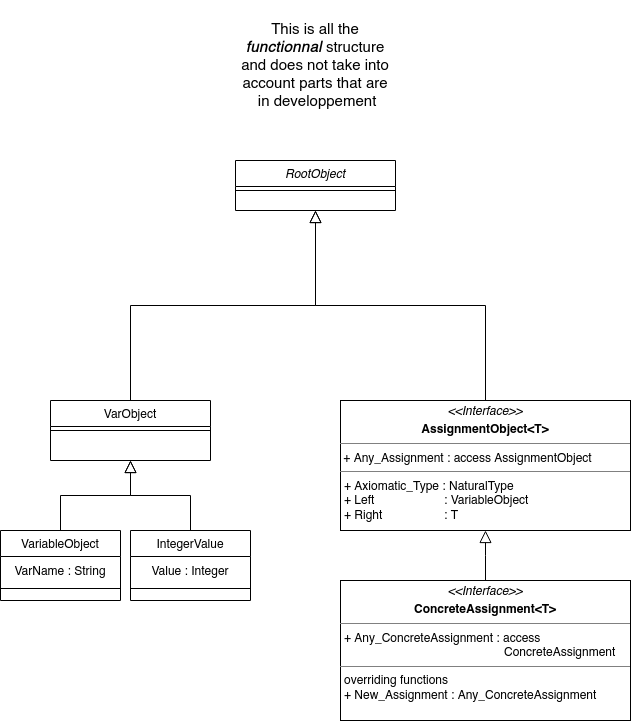
Earlier version of the draw.io export doc/Structure.png (Akutchi/CPyC). Source tidied: cells renumbered, new cells last; positions are measured from the earlier drawing's top-left corner, leaving out a move shared by most shapes.
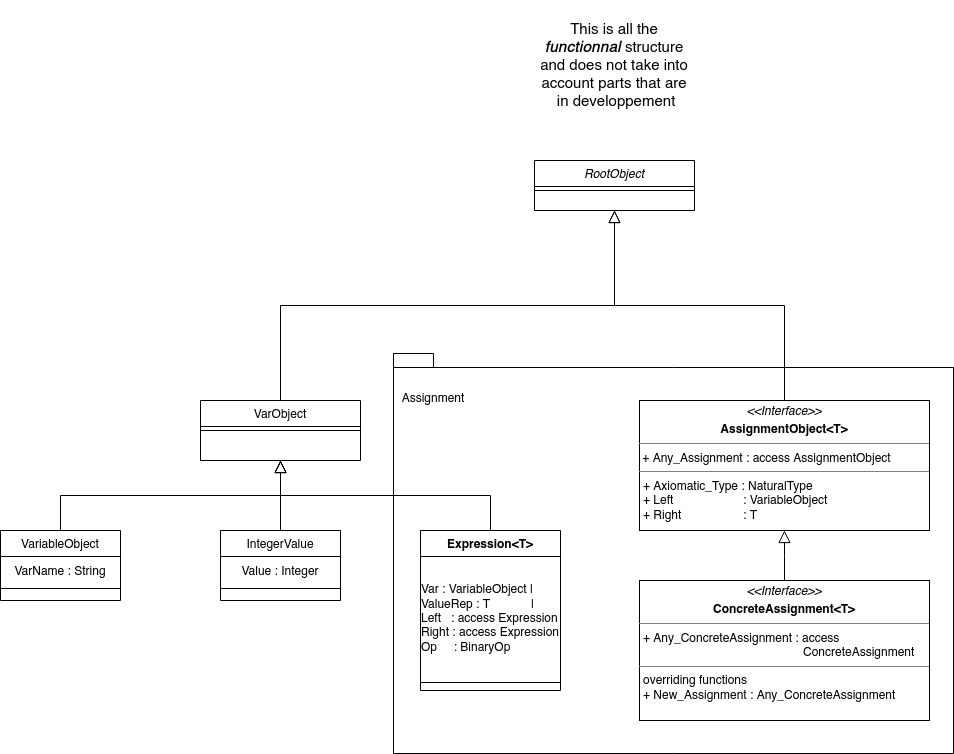
The same diagram one commit later.

The edit, as a diff of the source:
```diff
@@ -2,6 +2,15 @@
   <root>
     <mxCell id="0" />
     <mxCell id="1" parent="0" />
+    <mxCell id="20" style="group;" parent="1" vertex="1">
+      <mxGeometry x="94" y="353" width="560" height="400" as="geometry" />
+    </mxCell>
+    <mxCell id="21" style="shape=folder;fontStyle=1;spacingTop=10;tabWidth=40;tabHeight=14;tabPosition=left;html=1;whiteSpace=wrap;" parent="20" vertex="1">
+      <mxGeometry width="560" height="400" as="geometry" />
+    </mxCell>
+    <mxCell id="22" value="Assignment" style="text;html=1;align=center;verticalAlign=middle;whiteSpace=wrap;rounded=0;" parent="20" vertex="1">
+      <mxGeometry x="10" y="30" width="60" height="30" as="geometry" />
+    </mxCell>
     <mxCell id="2" value="RootObject" style="swimlane;fontStyle=2;align=center;verticalAlign=top;horizontal=1;startSize=26;rounded=0;shadow=0;strokeWidth=1;" parent="1" vertex="1">
       <mxGeometry x="235" y="160" width="160" height="50" as="geometry" />
     </mxCell>
@@ -9,7 +18,7 @@
       <mxGeometry y="26" width="160" height="8" as="geometry" />
     </mxCell>
     <mxCell id="4" value="VarObject" style="swimlane;fontStyle=0;align=center;verticalAlign=top;horizontal=1;startSize=26;rounded=0;shadow=0;strokeWidth=1;" parent="1" vertex="1">
-      <mxGeometry x="50" y="400" width="160" height="60" as="geometry" />
+      <mxGeometry x="-99" y="400" width="160" height="60" as="geometry" />
     </mxCell>
     <mxCell id="5" style="line;html=1;strokeWidth=1;align=left;verticalAlign=middle;spacingTop=-1;spacingLeft=3;spacingRight=3;labelPosition=right;" parent="4" vertex="1">
       <mxGeometry y="26" width="160" height="8" as="geometry" />
@@ -21,7 +30,7 @@
       <mxGeometry relative="1" as="geometry" />
     </mxCell>
     <mxCell id="8" value="VariableObject" style="swimlane;fontStyle=0;align=center;verticalAlign=top;horizontal=1;startSize=26;rounded=0;shadow=0;strokeWidth=1;" parent="1" vertex="1">
-      <mxGeometry y="530" width="120" height="70" as="geometry" />
+      <mxGeometry x="-299" y="530" width="120" height="70" as="geometry" />
     </mxCell>
     <mxCell id="9" value="VarName : String" style="text;html=1;strokeColor=none;fillColor=none;align=center;verticalAlign=middle;whiteSpace=wrap;rounded=0;" parent="8" vertex="1">
       <mxGeometry y="26" width="120" height="30" as="geometry" />
@@ -30,7 +39,7 @@
       <mxGeometry y="56" width="120" height="4" as="geometry" />
     </mxCell>
     <mxCell id="11" value="IntegerValue" style="swimlane;fontStyle=0;align=center;verticalAlign=top;horizontal=1;startSize=26;rounded=0;shadow=0;strokeWidth=1;" parent="1" vertex="1">
-      <mxGeometry x="130" y="530" width="120" height="70" as="geometry" />
+      <mxGeometry x="-79" y="530" width="120" height="70" as="geometry" />
     </mxCell>
     <mxCell id="12" value="Value : Integer" style="text;html=1;strokeColor=none;fillColor=none;align=center;verticalAlign=middle;whiteSpace=wrap;rounded=0;" parent="11" vertex="1">
       <mxGeometry y="26" width="120" height="30" as="geometry" />
@@ -56,5 +65,17 @@
     <mxCell id="19" value="&lt;p style=&quot;margin:0px;margin-top:4px;text-align:center;&quot;&gt;&lt;i&gt;&amp;lt;&amp;lt;Interface&amp;gt;&amp;gt;&lt;/i&gt;&lt;/p&gt;&lt;p style=&quot;margin:0px;margin-top:4px;text-align:center;&quot;&gt;&lt;b&gt;ConcreteAssignment&amp;lt;T&amp;gt;&lt;/b&gt;&lt;br&gt;&lt;/p&gt;&lt;hr size=&quot;1&quot;&gt;&lt;p style=&quot;margin:0px;margin-left:4px;&quot;&gt;+ Any_ConcreteAssignment : access &lt;span style=&quot;white-space: pre;&quot;&gt;&#9;&lt;/span&gt;&lt;span style=&quot;white-space: pre;&quot;&gt;&#9;&lt;/span&gt;&lt;span style=&quot;white-space: pre;&quot;&gt;&#9;&lt;/span&gt;&lt;span style=&quot;white-space: pre;&quot;&gt;&#9;&lt;/span&gt;&lt;span style=&quot;white-space: pre;&quot;&gt;&#9;&lt;/span&gt;&lt;span style=&quot;white-space: pre;&quot;&gt;&#9;&lt;/span&gt;ConcreteAssignment&lt;br&gt;&lt;/p&gt;&lt;hr size=&quot;1&quot;&gt;&lt;p style=&quot;margin:0px;margin-left:4px;&quot;&gt;overriding functions&lt;br&gt;+ New_Assignment : Any_ConcreteAssignment&lt;br&gt;&lt;/p&gt;" style="verticalAlign=top;align=left;overflow=fill;fontSize=12;fontFamily=Helvetica;html=1;whiteSpace=wrap;" parent="1" vertex="1">
       <mxGeometry x="340" y="580" width="290" height="140" as="geometry" />
     </mxCell>
+    <mxCell id="23" value="Expression&lt;T&gt;" style="swimlane;fontStyle=1;align=center;verticalAlign=top;horizontal=1;startSize=26;rounded=0;shadow=0;strokeWidth=1;" parent="1" vertex="1">
+      <mxGeometry x="121" y="530" width="140" height="160" as="geometry" />
+    </mxCell>
+    <mxCell id="24" value="&lt;div align=&quot;left&quot;&gt;Var : VariableObject |&lt;/div&gt;&lt;div align=&quot;left&quot;&gt;ValueRep : T&lt;span style=&quot;white-space: pre;&quot;&gt;&#9;&lt;/span&gt;&lt;span style=&quot;white-space: pre;&quot;&gt;&#9;&lt;/span&gt; |&lt;/div&gt;&lt;div align=&quot;left&quot;&gt;Left &lt;span style=&quot;white-space: pre;&quot;&gt;&#9;&lt;/span&gt; : access Expression&lt;br&gt;&lt;/div&gt;&lt;div align=&quot;left&quot;&gt;Right : access Expression&lt;br&gt;&lt;/div&gt;&lt;div align=&quot;left&quot;&gt;Op&amp;nbsp;&amp;nbsp;&amp;nbsp;&amp;nbsp; : BinaryOp&lt;br&gt;&lt;/div&gt;" style="text;html=1;strokeColor=none;fillColor=none;align=center;verticalAlign=middle;whiteSpace=wrap;rounded=0;" parent="23" vertex="1">
+      <mxGeometry y="26" width="140" height="124" as="geometry" />
+    </mxCell>
+    <mxCell id="25" style="line;html=1;strokeWidth=1;align=left;verticalAlign=middle;spacingTop=-1;spacingLeft=3;spacingRight=3;labelPosition=right;" parent="23" vertex="1">
+      <mxGeometry y="150" width="140" height="4" as="geometry" />
+    </mxCell>
+    <mxCell id="26" style="endArrow=block;endSize=10;endFill=0;shadow=0;strokeWidth=1;rounded=0;edgeStyle=elbowEdgeStyle;elbow=vertical;exitX=0.5;exitY=0;exitDx=0;exitDy=0;entryX=0.5;entryY=1;entryDx=0;entryDy=0;" parent="1" edge="1" source="23" target="4">
+      <mxGeometry relative="1" as="geometry" />
+    </mxCell>
   </root>
 </mxGraphModel>
```
